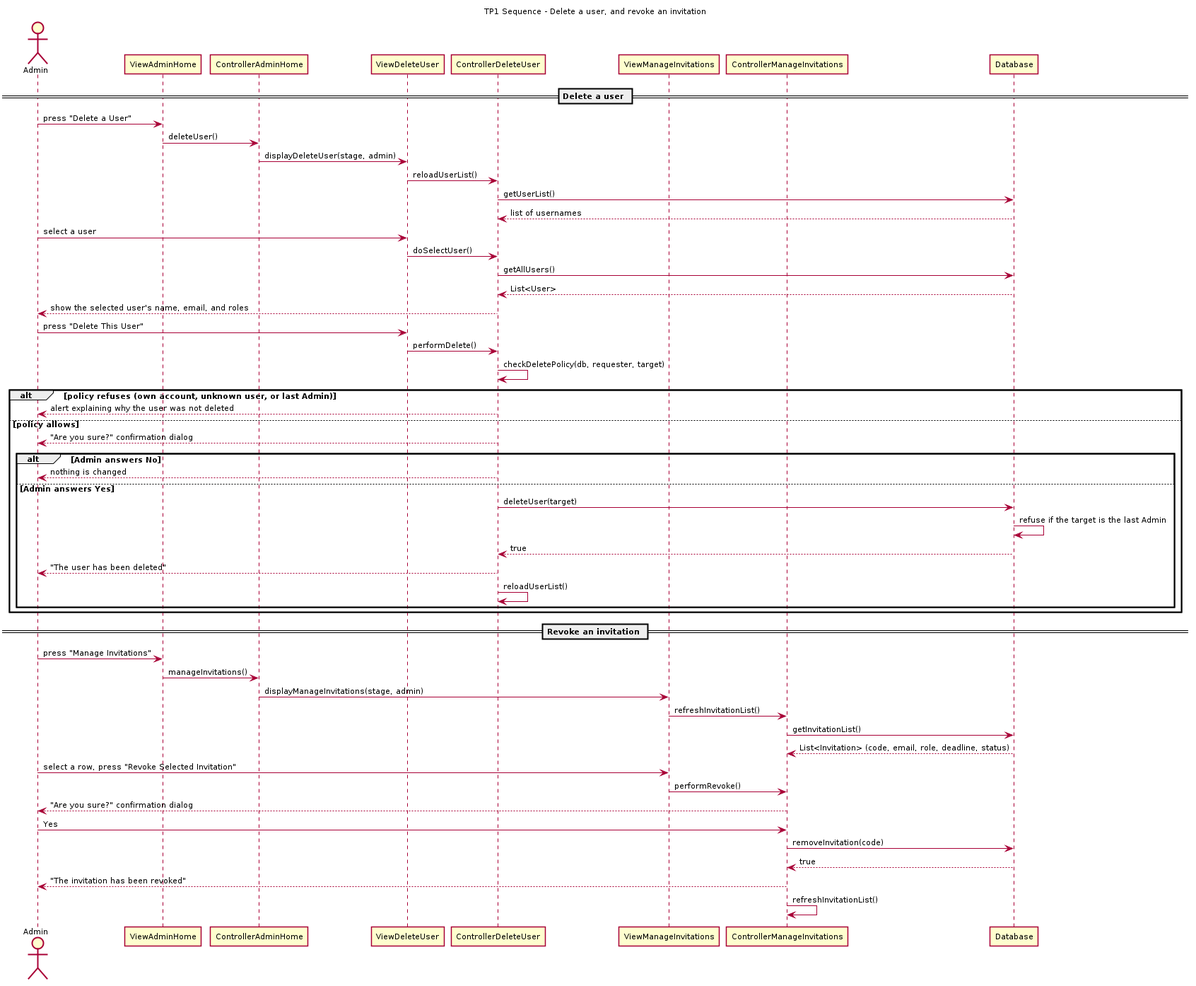
The PlantUML diagram TP1/TP1 Design Documents/Diagrams/04-Sequence-Delete-User-And-Invitations.png in adityagupta11-debug/cse360, before a commit. Its source is kept beside it as TP1/TP1 Design Documents/UML Sources/04-Sequence-Delete-User-And-Invitations.puml. Source of this version:
```plantuml
@startuml

title TP1 Sequence - Delete a user, and revoke an invitation

skinparam shadowing false
skinparam defaultFontName Arial
skinparam defaultFontSize 11

actor Admin
participant "ViewAdminHome" as VAH
participant "ControllerAdminHome" as CAH
participant "ViewDeleteUser" as VDU
participant "ControllerDeleteUser" as CDU
participant "ViewManageInvitations" as VMI
participant "ControllerManageInvitations" as CMI
participant "Database" as DB

== Delete a user ==
Admin -> VAH : press "Delete a User"
VAH -> CAH : deleteUser()
CAH -> VDU : displayDeleteUser(stage, admin)
VDU -> CDU : reloadUserList()
CDU -> DB : getUserList()
DB --> CDU : list of usernames
Admin -> VDU : select a user
VDU -> CDU : doSelectUser()
CDU -> DB : getAllUsers()
DB --> CDU : List<User>
CDU --> Admin : show the selected user's name, email, and roles
Admin -> VDU : press "Delete This User"
VDU -> CDU : performDelete()
CDU -> CDU : checkDeletePolicy(db, requester, target)
alt policy refuses (own account, unknown user, or last Admin)
  CDU --> Admin : alert explaining why the user was not deleted
else policy allows
  CDU --> Admin : "Are you sure?" confirmation dialog
  alt Admin answers No
    CDU --> Admin : nothing is changed
  else Admin answers Yes
    CDU -> DB : deleteUser(target)
    DB -> DB : refuse if the target is the last Admin
    DB --> CDU : true
    CDU --> Admin : "The user has been deleted"
    CDU -> CDU : reloadUserList()
  end
end

== Revoke an invitation ==
Admin -> VAH : press "Manage Invitations"
VAH -> CAH : manageInvitations()
CAH -> VMI : displayManageInvitations(stage, admin)
VMI -> CMI : refreshInvitationList()
CMI -> DB : getInvitationList()
DB --> CMI : List<Invitation> (code, email, role, deadline, status)
Admin -> VMI : select a row, press "Revoke Selected Invitation"
VMI -> CMI : performRevoke()
CMI --> Admin : "Are you sure?" confirmation dialog
Admin -> CMI : Yes
CMI -> DB : removeInvitation(code)
DB --> CMI : true
CMI --> Admin : "The invitation has been revoked"
CMI -> CMI : refreshInvitationList()

@enduml
```
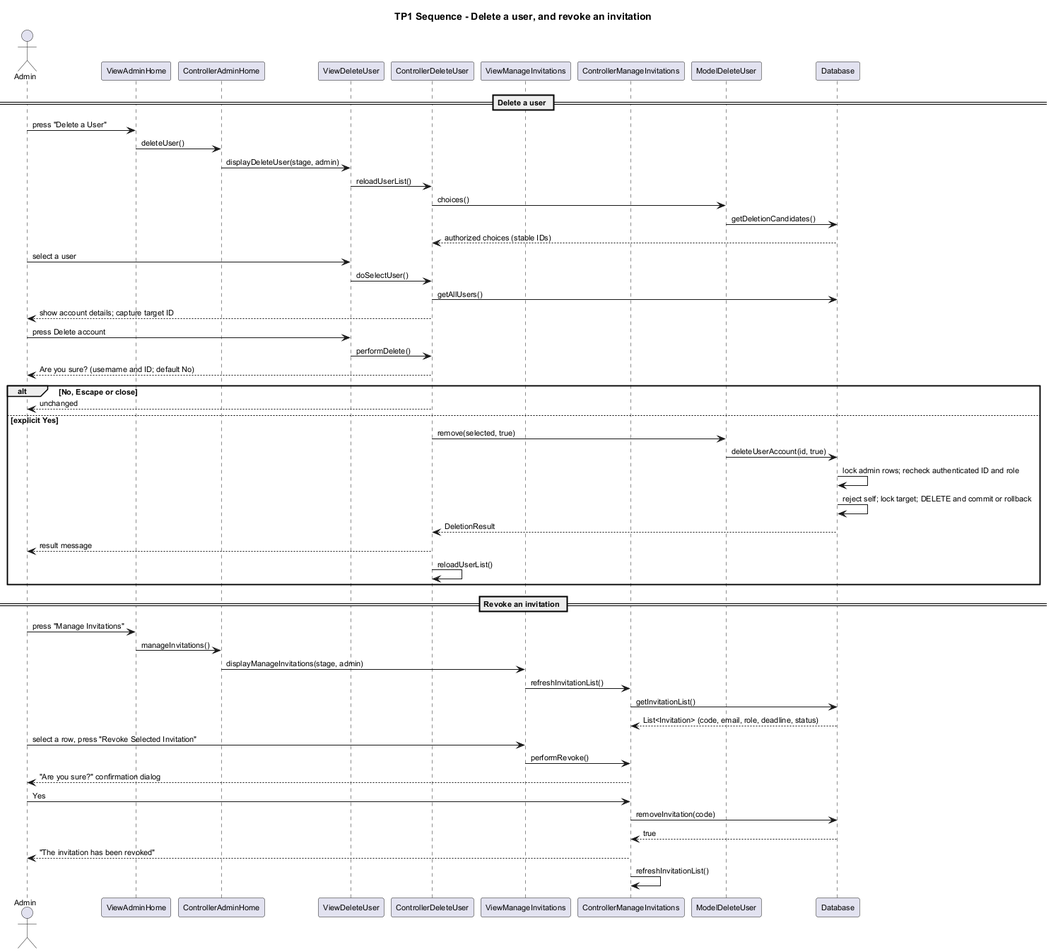
Above is the later version.

What changed in the source:
```diff
@@ -13,6 +13,7 @@
 participant "ControllerDeleteUser" as CDU
 participant "ViewManageInvitations" as VMI
 participant "ControllerManageInvitations" as CMI
+participant "ModelDeleteUser" as MDU
 participant "Database" as DB
 
 == Delete a user ==
@@ -20,29 +21,26 @@
 VAH -> CAH : deleteUser()
 CAH -> VDU : displayDeleteUser(stage, admin)
 VDU -> CDU : reloadUserList()
-CDU -> DB : getUserList()
-DB --> CDU : list of usernames
+CDU -> MDU : choices()
+MDU -> DB : getDeletionCandidates()
+DB --> CDU : authorized choices (stable IDs)
 Admin -> VDU : select a user
 VDU -> CDU : doSelectUser()
 CDU -> DB : getAllUsers()
-DB --> CDU : List<User>
-CDU --> Admin : show the selected user's name, email, and roles
-Admin -> VDU : press "Delete This User"
+CDU --> Admin : show account details; capture target ID
+Admin -> VDU : press Delete account
 VDU -> CDU : performDelete()
-CDU -> CDU : checkDeletePolicy(db, requester, target)
-alt policy refuses (own account, unknown user, or last Admin)
-  CDU --> Admin : alert explaining why the user was not deleted
-else policy allows
-  CDU --> Admin : "Are you sure?" confirmation dialog
-  alt Admin answers No
-    CDU --> Admin : nothing is changed
-  else Admin answers Yes
-    CDU -> DB : deleteUser(target)
-    DB -> DB : refuse if the target is the last Admin
-    DB --> CDU : true
-    CDU --> Admin : "The user has been deleted"
-    CDU -> CDU : reloadUserList()
-  end
+CDU --> Admin : Are you sure? (username and ID; default No)
+alt No, Escape or close
+  CDU --> Admin : unchanged
+else explicit Yes
+  CDU -> MDU : remove(selected, true)
+  MDU -> DB : deleteUserAccount(id, true)
+  DB -> DB : lock admin rows; recheck authenticated ID and role
+  DB -> DB : reject self; lock target; DELETE and commit or rollback
+  DB --> CDU : DeletionResult
+  CDU --> Admin : result message
+  CDU -> CDU : reloadUserList()
 end
 
 == Revoke an invitation ==
```
